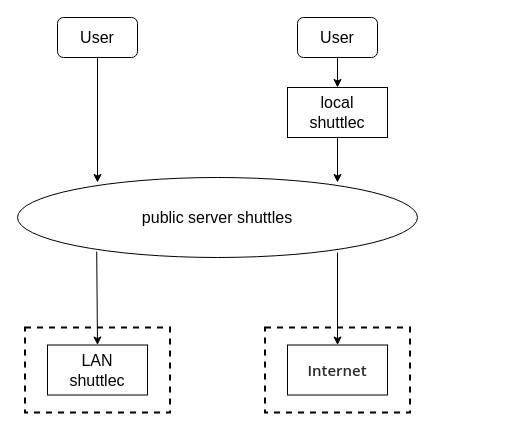
Above: store/shuttle.drawio in cyejing/draw.io (draw.io), before the change. Source tidied: cells renumbered, new cells numbered last; positions are measured from the earlier drawing's top-left corner, leaving out a move shared by most shapes. Both pictures are drawn from the tidied source at 100%, with x=0, y=0 at pixel (17, 17).
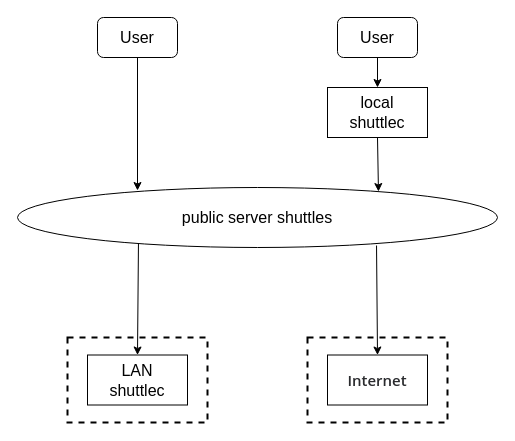
After the change.

The edit, as a diff of the source:
```diff
@@
 <mxGraphModel>
   <root>
     <mxCell id="0" />
     <mxCell id="1" parent="0" />
     <mxCell id="2" value="User" style="rounded=1;whiteSpace=wrap;html=1;fontSize=16;" parent="1" vertex="1">
-      <mxGeometry x="40" width="80" height="40" as="geometry" />
+      <mxGeometry x="80" width="80" height="40" as="geometry" />
     </mxCell>
     <mxCell id="3" value="public server shuttles" style="ellipse;whiteSpace=wrap;html=1;fontSize=16;" parent="1" vertex="1">
-      <mxGeometry y="160" width="400" height="80" as="geometry" />
+      <mxGeometry y="170" width="480" height="60" as="geometry" />
     </mxCell>
     <mxCell id="4" value="User" style="rounded=1;whiteSpace=wrap;html=1;fontSize=16;" parent="1" vertex="1">
-      <mxGeometry x="280" width="80" height="40" as="geometry" />
+      <mxGeometry x="320" width="80" height="40" as="geometry" />
     </mxCell>
     <mxCell id="5" value="local&lt;br&gt;shuttlec" style="rounded=0;whiteSpace=wrap;html=1;fontSize=16;" parent="1" vertex="1">
-      <mxGeometry x="270" y="70" width="100" height="50" as="geometry" />
+      <mxGeometry x="310" y="70" width="100" height="50" as="geometry" />
     </mxCell>
     <mxCell id="6" style="rounded=0;whiteSpace=wrap;html=1;fontSize=16;dashed=1;strokeWidth=2;" parent="1" vertex="1">
-      <mxGeometry x="7.5" y="310" width="145" height="85" as="geometry" />
+      <mxGeometry x="50" y="320" width="140" height="85" as="geometry" />
     </mxCell>
     <mxCell id="7" value="LAN&lt;br&gt;shuttlec" style="rounded=0;whiteSpace=wrap;html=1;fontSize=16;" parent="1" vertex="1">
-      <mxGeometry x="30" y="327.5" width="100" height="50" as="geometry" />
+      <mxGeometry x="70" y="337.5" width="100" height="50" as="geometry" />
     </mxCell>
     <mxCell id="8" style="rounded=0;whiteSpace=wrap;html=1;fontSize=16;dashed=1;strokeWidth=2;" parent="1" vertex="1">
-      <mxGeometry x="247.5" y="310" width="145" height="85" as="geometry" />
+      <mxGeometry x="290" y="320" width="140" height="85" as="geometry" />
     </mxCell>
     <mxCell id="9" value="&lt;span style=&quot;caret-color: rgb(42, 43, 46); color: rgb(42, 43, 46); font-family: &amp;quot;PingFang SC&amp;quot;, &amp;quot;Segoe UI&amp;quot;, Arial, &amp;quot;Microsoft YaHei&amp;quot;, 微软雅黑, 宋体, &amp;quot;Malgun Gothic&amp;quot;, sans-serif; font-size: 15px; font-weight: 600; text-align: left; text-size-adjust: auto; background-color: rgb(255, 255, 255);&quot;&gt;Internet&lt;/span&gt;" style="rounded=0;whiteSpace=wrap;html=1;fontSize=16;" parent="1" vertex="1">
-      <mxGeometry x="270" y="327.5" width="100" height="50" as="geometry" />
+      <mxGeometry x="310" y="337.5" width="100" height="50" as="geometry" />
     </mxCell>
-    <mxCell id="10" style="endArrow=classic;html=1;rounded=0;fontSize=16;exitX=0.5;exitY=1;exitDx=0;exitDy=0;entryX=0.2;entryY=0.063;entryDx=0;entryDy=0;entryPerimeter=0;" parent="1" edge="1" source="2" target="3">
+    <mxCell id="10" style="endArrow=classic;html=1;rounded=0;fontSize=16;exitX=0.5;exitY=1;exitDx=0;exitDy=0;entryX=0.25;entryY=0.05;entryDx=0;entryDy=0;entryPerimeter=0;" parent="1" edge="1" source="2" target="3">
       <mxGeometry relative="1" as="geometry" />
     </mxCell>
     <mxCell id="11" style="endArrow=classic;html=1;rounded=0;fontSize=16;exitX=0.5;exitY=1;exitDx=0;exitDy=0;entryX=0.5;entryY=0;entryDx=0;entryDy=0;" parent="1" edge="1" source="4" target="5">
       <mxGeometry relative="1" as="geometry" />
     </mxCell>
-    <mxCell id="12" style="endArrow=classic;html=1;rounded=0;fontSize=16;exitX=0.5;exitY=1;exitDx=0;exitDy=0;entryX=0.8;entryY=0.063;entryDx=0;entryDy=0;entryPerimeter=0;" parent="1" edge="1" source="5" target="3">
+    <mxCell id="12" style="endArrow=classic;html=1;rounded=0;fontSize=16;exitX=0.5;exitY=1;exitDx=0;exitDy=0;entryX=0.752;entryY=0.067;entryDx=0;entryDy=0;entryPerimeter=0;" parent="1" edge="1" source="5" target="3">
       <mxGeometry relative="1" as="geometry" />
     </mxCell>
-    <mxCell id="13" style="endArrow=classic;html=1;rounded=0;fontSize=16;exitX=0.198;exitY=0.925;exitDx=0;exitDy=0;entryX=0.5;entryY=0;entryDx=0;entryDy=0;exitPerimeter=0;" parent="1" edge="1" source="3" target="7">
+    <mxCell id="13" style="endArrow=classic;html=1;rounded=0;fontSize=16;exitX=0.252;exitY=0.933;exitDx=0;exitDy=0;entryX=0.5;entryY=0;entryDx=0;entryDy=0;exitPerimeter=0;" parent="1" edge="1" source="3" target="7">
       <mxGeometry relative="1" as="geometry" />
     </mxCell>
-    <mxCell id="14" style="endArrow=classic;html=1;rounded=0;fontSize=16;exitX=0.8;exitY=0.938;exitDx=0;exitDy=0;entryX=0.5;entryY=0;entryDx=0;entryDy=0;exitPerimeter=0;" parent="1" edge="1" source="3" target="9">
+    <mxCell id="14" style="endArrow=classic;html=1;rounded=0;fontSize=16;exitX=0.748;exitY=0.967;exitDx=0;exitDy=0;entryX=0.5;entryY=0;entryDx=0;entryDy=0;exitPerimeter=0;" parent="1" edge="1" source="3" target="9">
       <mxGeometry relative="1" as="geometry" />
     </mxCell>
   </root>
 </mxGraphModel>
```
